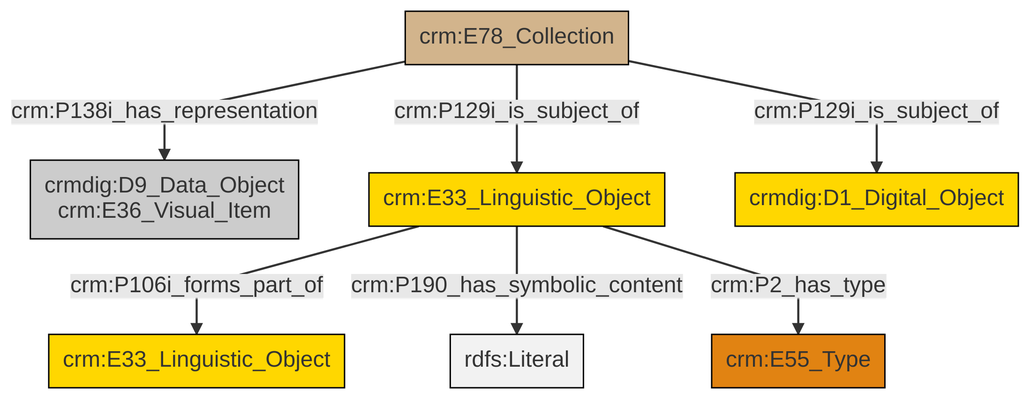
The Mermaid diagram et/archivalCSV/ttl/mmd/png/archival_docs.png in swiss-art-research-net/docs.swissartresearch, before a commit. Its source is kept beside it as et/archivalCSV/ttl/mmd/archival_docs.ttl.mmd.
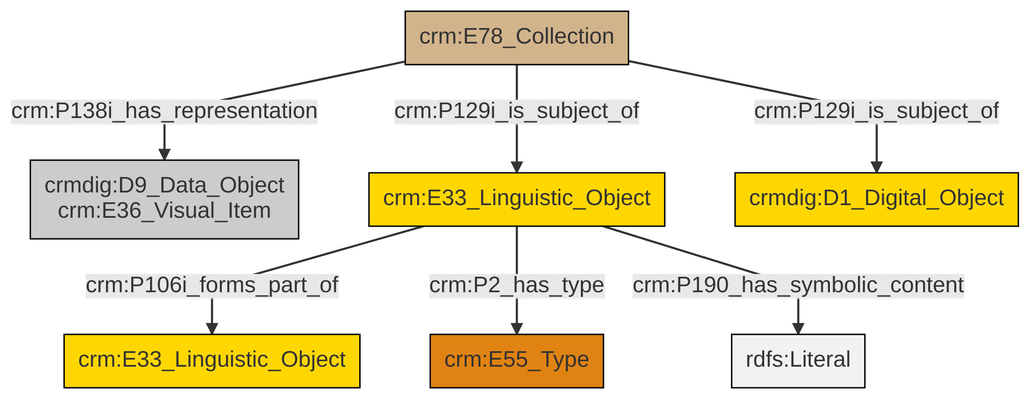
Above is the later version.

Diff of the diagram source:
```diff
@@ -13,9 +13,9 @@
 classDef PC_Classes fill:#4ce600, stroke:#000000;
 classDef Multi fill:#cccccc,stroke:#000000;
 
-2["crm:E33_Linguistic_Object"]:::Conceptual_Object -->|crm:P106i_forms_part_of| 3["crm:E33_Linguistic_Object"]:::Conceptual_Object
-5["crm:E78_Collection"]:::Physical_Thing -->|crm:P129i_is_subject_of| 6["crmdig:D1_Digital_Object"]:::Conceptual_Object
-2["crm:E33_Linguistic_Object"]:::Conceptual_Object -->|crm:P190_has_symbolic_content| 7[rdfs:Literal]:::Literal
-5["crm:E78_Collection"]:::Physical_Thing -->|crm:P138i_has_representation| 0["crmdig:D9_Data_Object<br>crm:E36_Visual_Item"]:::Multi
-2["crm:E33_Linguistic_Object"]:::Conceptual_Object -->|crm:P2_has_type| 11["crm:E55_Type"]:::Type
-5["crm:E78_Collection"]:::Physical_Thing -->|crm:P129i_is_subject_of| 2["crm:E33_Linguistic_Object"]:::Conceptual_Object
+4["crm:E33_Linguistic_Object"]:::Conceptual_Object -->|crm:P106i_forms_part_of| 5["crm:E33_Linguistic_Object"]:::Conceptual_Object
+2["crm:E78_Collection"]:::Physical_Thing -->|crm:P129i_is_subject_of| 4["crm:E33_Linguistic_Object"]:::Conceptual_Object
+2["crm:E78_Collection"]:::Physical_Thing -->|crm:P129i_is_subject_of| 6["crmdig:D1_Digital_Object"]:::Conceptual_Object
+4["crm:E33_Linguistic_Object"]:::Conceptual_Object -->|crm:P2_has_type| 8["crm:E55_Type"]:::Type
+4["crm:E33_Linguistic_Object"]:::Conceptual_Object -->|crm:P190_has_symbolic_content| 13[rdfs:Literal]:::Literal
+2["crm:E78_Collection"]:::Physical_Thing -->|crm:P138i_has_representation| 0["crmdig:D9_Data_Object<br>crm:E36_Visual_Item"]:::Multi
```
